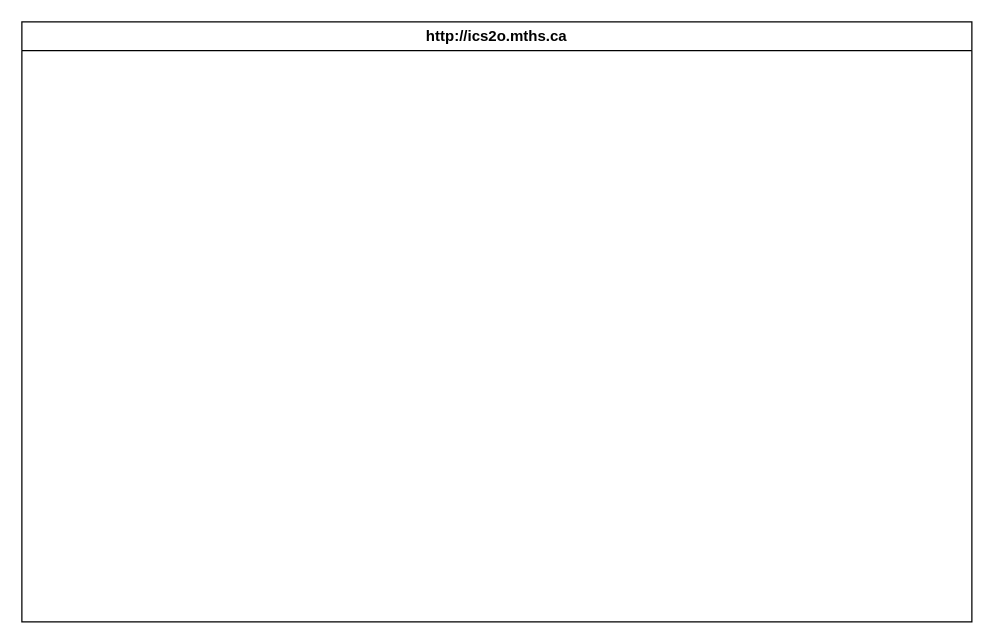
MTHS-ICD2O-1-2023/ICD2O-Unit-6-03-hai-tran-2 keeps this draw.io diagram as design/storyboard.drawio. Above is the earlier version. Source tidied: cells renumbered, new cells numbered last; positions are measured from the earlier drawing's top-left corner, leaving out a move shared by most shapes. Both pictures are drawn from the tidied source at 125%, with x=0, y=0 at pixel (21, 21).
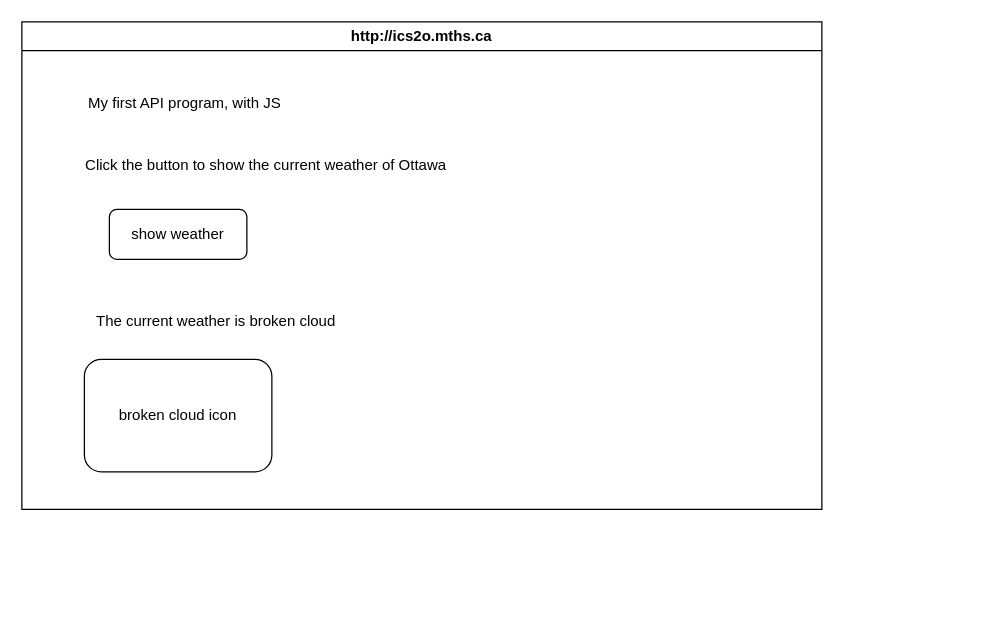
The same page after the edit.

Commit message (it also covers changes not shown here):
add storyboard and flowchart

The edit, as a diff of the source:
```diff
@@
 <mxGraphModel>
   <root>
     <mxCell id="0" />
     <mxCell id="1" parent="0" />
     <mxCell id="2" value="http://ics2o.mths.ca" style="swimlane;whiteSpace=wrap;html=1;" parent="1" vertex="1">
-      <mxGeometry width="760" height="480" as="geometry" />
+      <mxGeometry width="640" height="390" as="geometry" />
     </mxCell>
+    <mxCell id="3" value="My first API program, with JS" style="text;html=1;align=center;verticalAlign=middle;strokeColor=none;fillColor=none;" parent="2" vertex="1">
+      <mxGeometry x="40" y="50" width="180" height="30" as="geometry" />
+    </mxCell>
+    <mxCell id="4" value="Click the button to show the current weather of Ottawa" style="text;html=1;align=center;verticalAlign=middle;strokeColor=none;fillColor=none;" parent="2" vertex="1">
+      <mxGeometry x="40" y="100" width="310" height="30" as="geometry" />
+    </mxCell>
+    <mxCell id="5" value="show weather" style="rounded=1;whiteSpace=wrap;html=1;" parent="2" vertex="1">
+      <mxGeometry x="70" y="150" width="110" height="40" as="geometry" />
+    </mxCell>
+    <mxCell id="6" value="The current weather is broken cloud" style="text;html=1;align=center;verticalAlign=middle;strokeColor=none;fillColor=none;" parent="2" vertex="1">
+      <mxGeometry x="45" y="225" width="220" height="30" as="geometry" />
+    </mxCell>
+    <mxCell id="7" value="broken cloud icon" style="rounded=1;whiteSpace=wrap;html=1;" parent="2" vertex="1">
+      <mxGeometry x="50" y="270" width="150" height="90" as="geometry" />
+    </mxCell>
   </root>
 </mxGraphModel>
```
